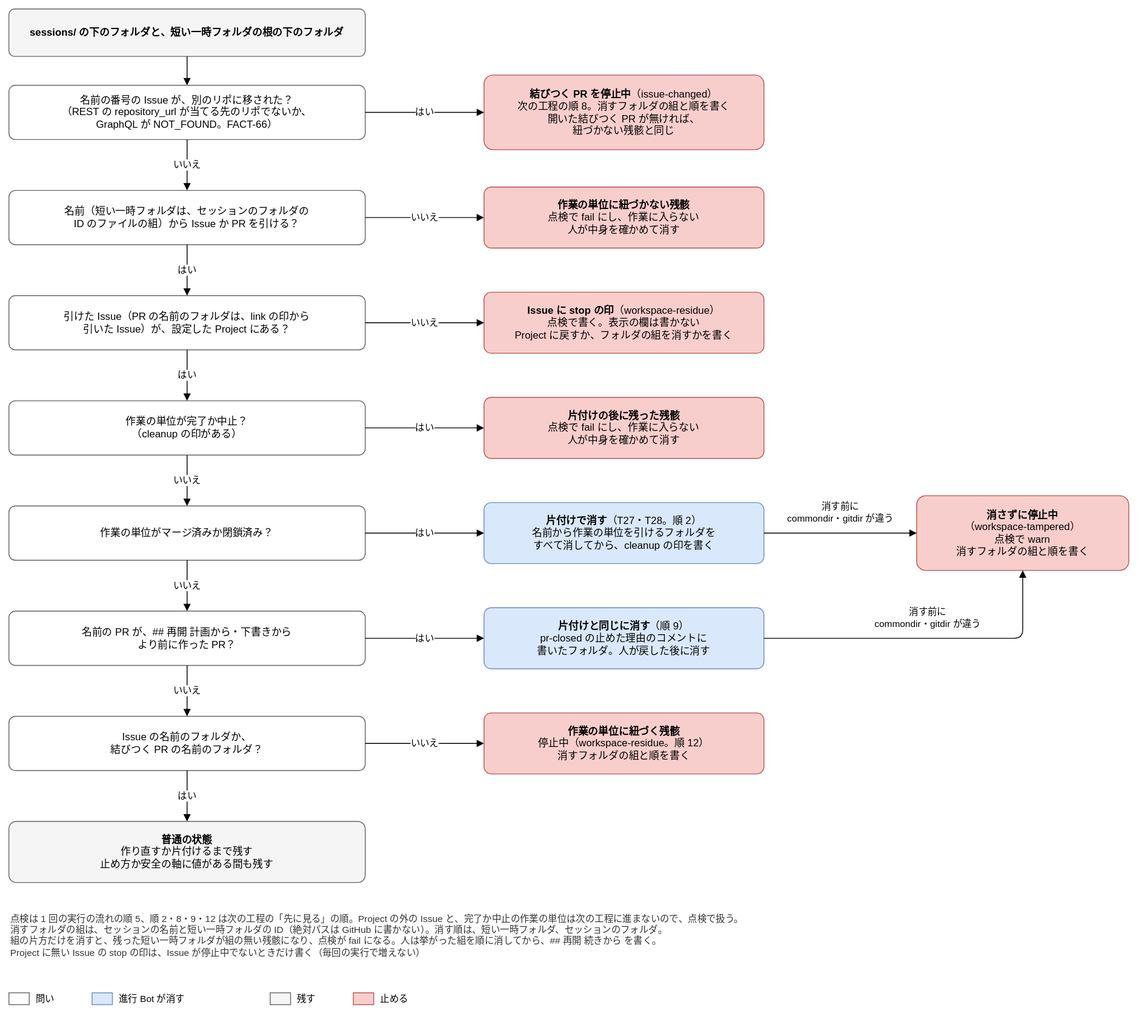
Above: docs/design/basic/diagrams/02-workspace-residue.drawio.svg in Joymerrevent/dev-autopilot (draw.io), before the change. Source tidied: cells renumbered, new cells last; positions are measured from the earlier drawing's top-left corner, leaving out a move shared by most shapes.
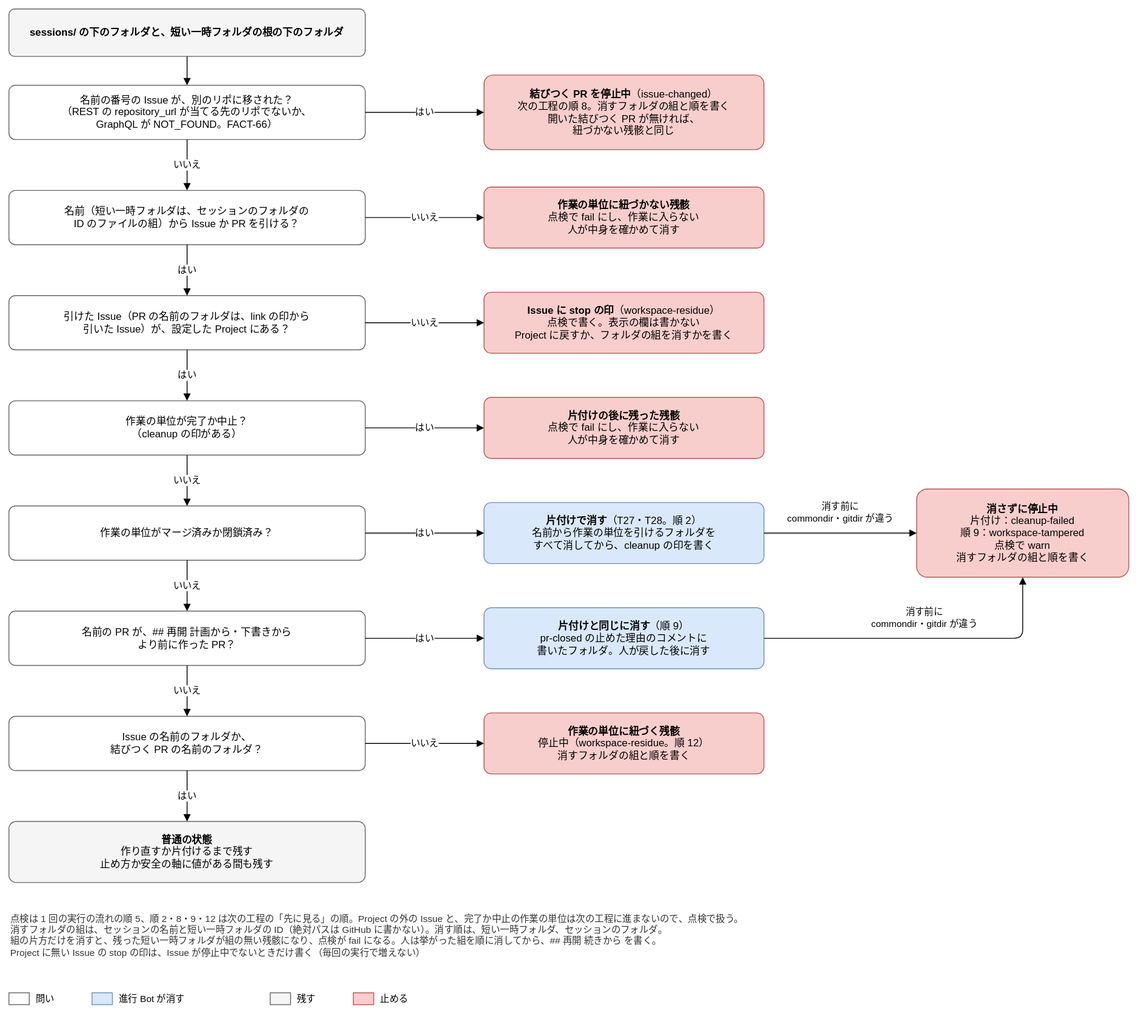
After the commit.

Commit message:
docs(design): 片付けの中の作業場所の確かめの外れを、基本設計 02 の図に反映する

- 02-workspace-residue：消さずに止める箱に、片付けは cleanup-failed、順 9 は
  workspace-tampered と書く
- 02-next-step-in-progress：cleanup-failed の箱に、作業場所が作ったときと違うときを足す

The edit, as a diff of the source:
```diff
@@ -95,8 +95,8 @@
     <mxCell id="32" value="はい" style="edgeStyle=orthogonalEdgeStyle;rounded=1;html=1;endArrow=block;endFill=1;fontSize=11;labelBackgroundColor=#ffffff;exitX=0.5;exitY=1;exitDx=0;exitDy=0;entryX=0.5;entryY=0;entryDx=0;entryDy=0;" parent="1" edge="1" source="9" target="31">
       <mxGeometry relative="1" as="geometry" />
     </mxCell>
-    <mxCell id="33" value="&lt;b&gt;消さずに停止中&lt;/b&gt;&lt;br&gt;（workspace-tampered）&lt;br&gt;点検で warn&lt;br&gt;消すフォルダの組と順を書く" style="rounded=1;whiteSpace=wrap;html=1;fontSize=12;arcSize=12;fillColor=#f8cecc;strokeColor=#b85450;spacing=8;" parent="1" vertex="1">
-      <mxGeometry x="1070" y="574" width="250" height="88" as="geometry" />
+    <mxCell id="33" value="&lt;b&gt;消さずに停止中&lt;/b&gt;&lt;br&gt;片付け：cleanup-failed&lt;br&gt;順 9：workspace-tampered&lt;br&gt;点検で warn&lt;br&gt;消すフォルダの組と順を書く" style="rounded=1;whiteSpace=wrap;html=1;fontSize=12;arcSize=12;fillColor=#f8cecc;strokeColor=#b85450;spacing=8;" parent="1" vertex="1">
+      <mxGeometry x="1070" y="566" width="250" height="104" as="geometry" />
     </mxCell>
     <mxCell id="34" value="消す前に&lt;br&gt;commondir・gitdir が違う" style="edgeStyle=orthogonalEdgeStyle;rounded=1;html=1;endArrow=block;endFill=1;fontSize=11;labelBackgroundColor=#ffffff;exitX=1;exitY=0.5;exitDx=0;exitDy=0;entryX=0;entryY=0.5;entryDx=0;entryDy=0;" parent="1" edge="1" source="18" target="33">
       <mxGeometry relative="1" as="geometry">
```
